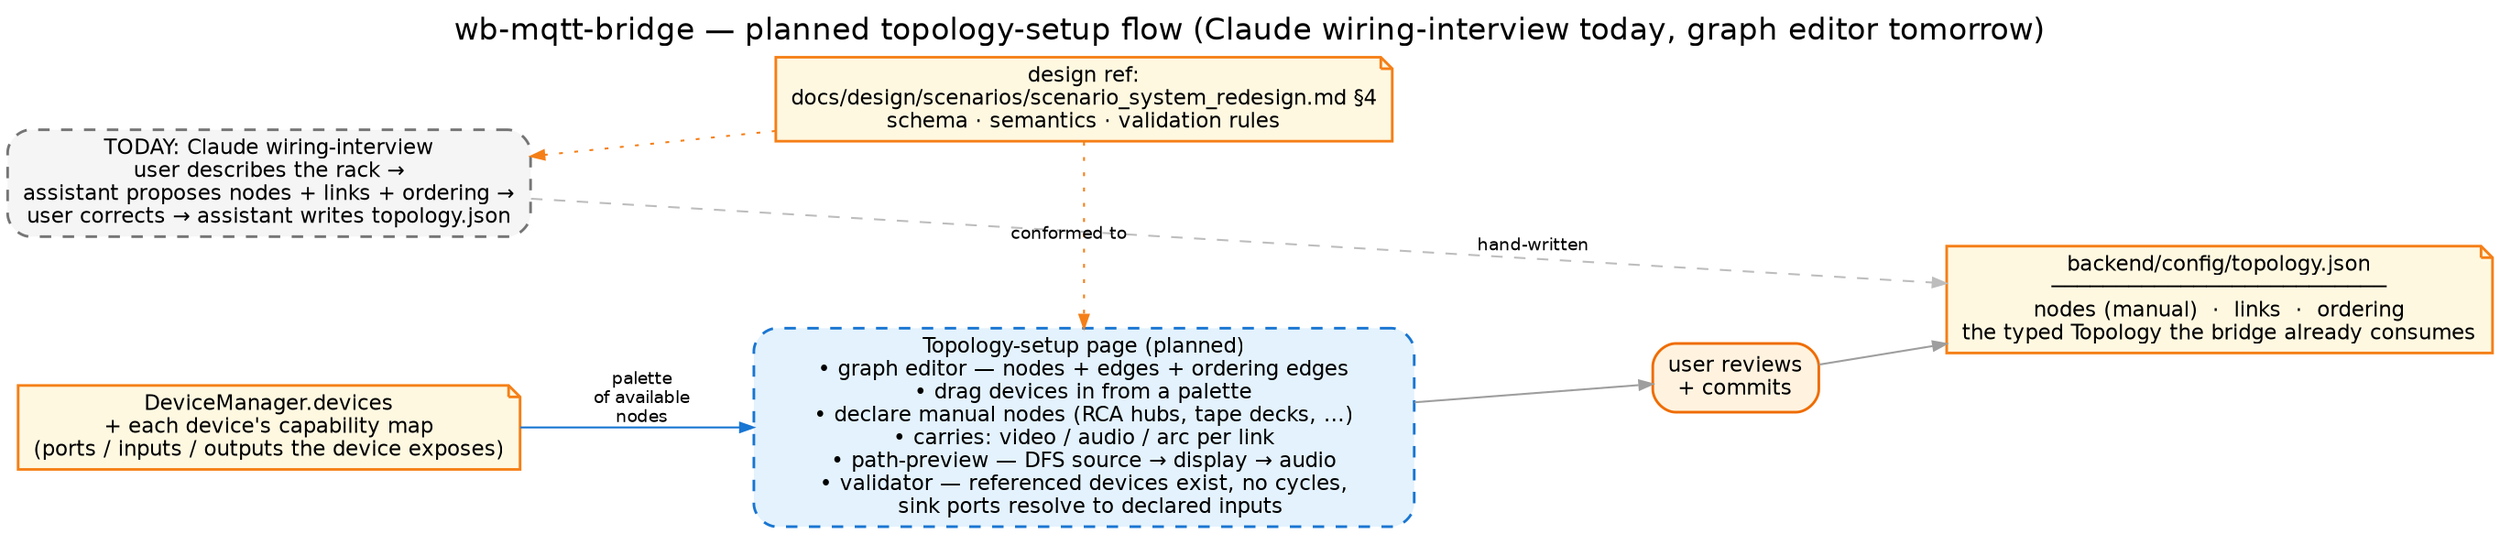
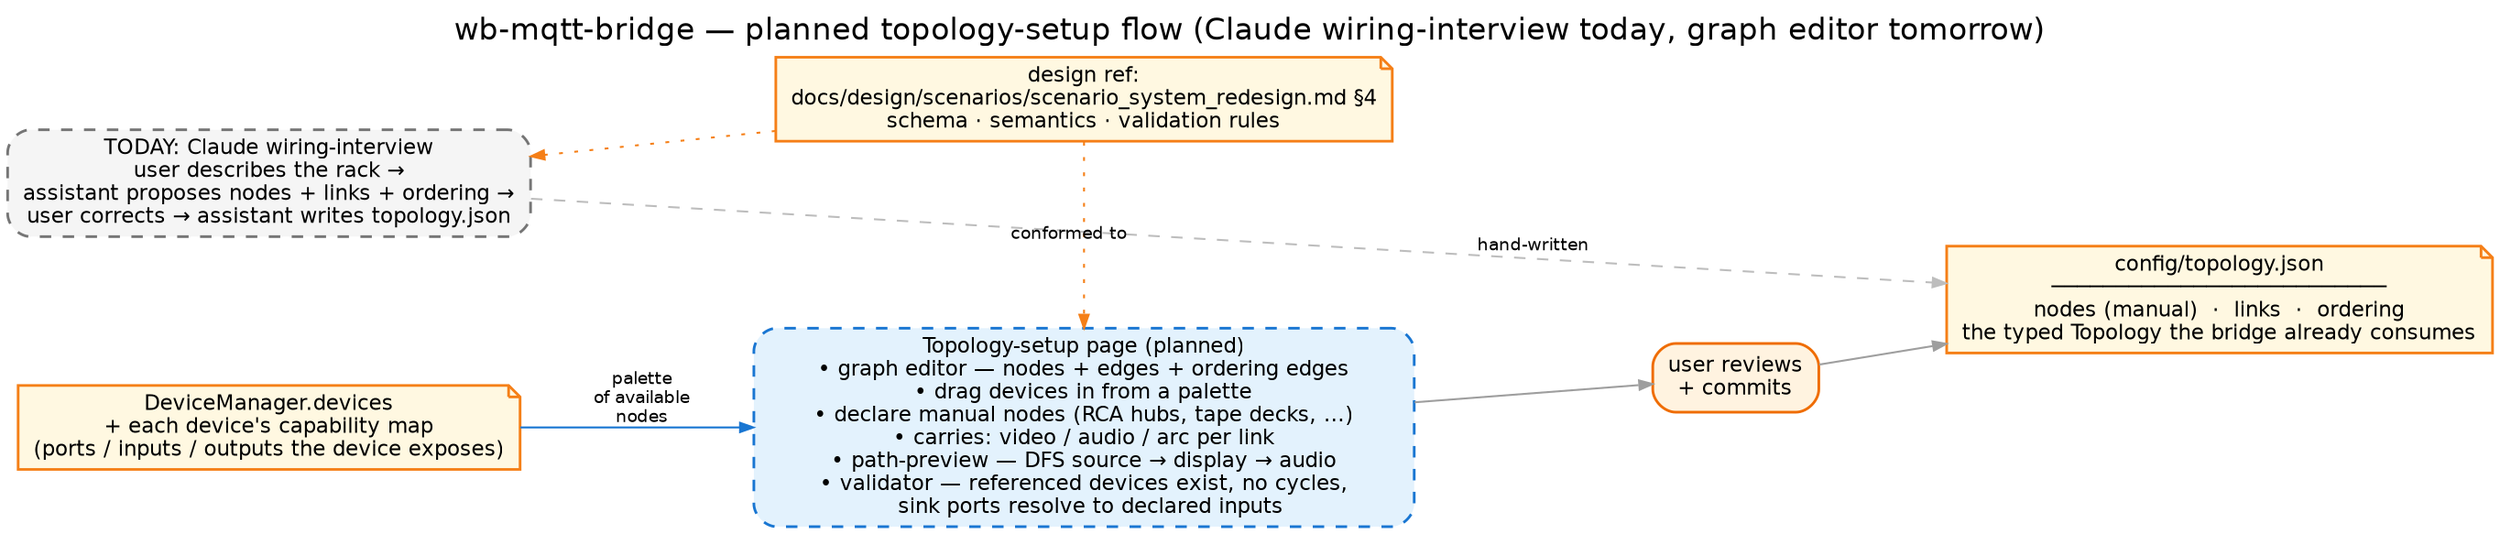
// wb-mqtt-bridge — planned topology-setup flow. Render:
//   dot -Tpng docs/images/topology-setup-flow.dot -o docs/images/topology-setup-flow.png
// Palette: see hexagon.dot header.
digraph topology_setup {
  rankdir=LR;
  bgcolor="white";
  splines=spline;
  nodesep=0.45; ranksep=0.9;
  fontname="Helvetica"; labelloc=t; fontsize=16;
  label="wb-mqtt-bridge — planned topology-setup flow (Claude wiring-interview today, graph editor tomorrow)";

  node [fontname="Helvetica", fontsize=11, shape=box, style="filled,rounded", penwidth=1.4];
  edge [fontname="Helvetica", fontsize=9, color="#9e9e9e", arrowsize=0.7];

  // --- known devices (from DeviceManager) feed the editor with available nodes ---
  devmgr [shape=note, fillcolor="#fff8e1", color="#f57f17",
          label="DeviceManager.devices\n+ each device's capability map\n(ports / inputs / outputs the device exposes)"];

  // --- the planned page ---
  page [label="Topology-setup page (planned)\n• graph editor — nodes + edges + ordering edges\n• drag devices in from a palette\n• declare manual nodes (RCA hubs, tape decks, …)\n• carries: video / audio / arc per link\n• path-preview — DFS source → display → audio\n• validator — referenced devices exist, no cycles,\n  sink ports resolve to declared inputs",
        fillcolor="#e3f2fd", color="#1976d2", width=4.8, style="filled,rounded,dashed"];

  // --- user review ---
  user [label="user reviews\n+ commits",
        fillcolor="#fff3e0", color="#ef6c00"];

  // --- output ---
  cfg [shape=note, fillcolor="#fff8e1", color="#f57f17",
-        label="backend/config/topology.json\n──────────────────────────\nnodes (manual)  ·  links  ·  ordering\nthe typed Topology the bridge already consumes"];
+        label="config/topology.json\n──────────────────────────\nnodes (manual)  ·  links  ·  ordering\nthe typed Topology the bridge already consumes"];

  // --- today's flow as a faded parallel ---
  interview [label="TODAY: Claude wiring-interview\nuser describes the rack →\nassistant proposes nodes + links + ordering →\nuser corrects → assistant writes topology.json",
             fillcolor="#f5f5f5", color="#757575", style="filled,rounded,dashed"];

  schema_doc [shape=note, fillcolor="#fff8e1", color="#f57f17",
              label="design ref:\ndocs/design/scenarios/scenario_system_redesign.md §4\nschema · semantics · validation rules"];

  // edges
  devmgr -> page [color="#1976d2", label="palette\nof available\nnodes"];
  page -> user;
  user -> cfg;

  // today's flow
  interview -> cfg [style=dashed, color="#bdbdbd", label="hand-written"];
  schema_doc -> interview [style=dotted, color="#f57f17"];
  schema_doc -> page      [style=dotted, color="#f57f17", label="conformed to"];

  {rank=same; devmgr; interview}
  {rank=same; page; schema_doc}
}
